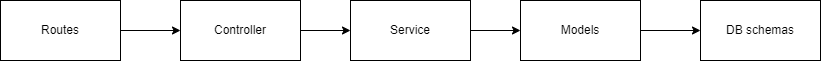
This is docs/components_diagram.png from lightballer/FindYourAnimal, a draw.io export, as it was before one commit. Source tidied: cells renumbered, new cells last; positions are measured from the earlier drawing's top-left corner, leaving out a move shared by most shapes. Source of this version:
```xml
<mxGraphModel>
  <root>
    <mxCell id="0" />
    <mxCell id="1" parent="0" />
    <mxCell id="2" style="edgeStyle=orthogonalEdgeStyle;rounded=0;jettySize=auto;html=1;entryX=0;entryY=0.5;entryDx=0;entryDy=0;" parent="1" edge="1" source="3" target="5">
      <mxGeometry relative="1" as="geometry" />
    </mxCell>
    <mxCell id="3" value="Controller" style="rounded=0;whiteSpace=wrap;html=1;" parent="1" vertex="1">
      <mxGeometry x="180" width="120" height="60" as="geometry" />
    </mxCell>
    <mxCell id="4" style="edgeStyle=orthogonalEdgeStyle;rounded=0;jettySize=auto;html=1;entryX=0;entryY=0.5;entryDx=0;entryDy=0;" parent="1" edge="1" source="5" target="7">
      <mxGeometry relative="1" as="geometry" />
    </mxCell>
    <mxCell id="5" value="Service" style="rounded=0;whiteSpace=wrap;html=1;" parent="1" vertex="1">
      <mxGeometry x="350" width="120" height="60" as="geometry" />
    </mxCell>
    <mxCell id="6" style="edgeStyle=orthogonalEdgeStyle;rounded=0;jettySize=auto;html=1;entryX=0;entryY=0.5;entryDx=0;entryDy=0;" parent="1" edge="1" source="7" target="10">
      <mxGeometry relative="1" as="geometry" />
    </mxCell>
    <mxCell id="7" value="Models" style="rounded=0;whiteSpace=wrap;html=1;" parent="1" vertex="1">
      <mxGeometry x="520" width="120" height="60" as="geometry" />
    </mxCell>
    <mxCell id="8" style="endArrow=classic;html=1;rounded=0;entryX=0;entryY=0.5;entryDx=0;entryDy=0;exitX=1;exitY=0.5;exitDx=0;exitDy=0;" parent="1" edge="1" source="9" target="3">
      <mxGeometry relative="1" as="geometry" />
    </mxCell>
    <mxCell id="9" value="Routes" style="rounded=0;whiteSpace=wrap;html=1;" parent="1" vertex="1">
      <mxGeometry width="120" height="60" as="geometry" />
    </mxCell>
    <mxCell id="10" value="DB schemas" style="whiteSpace=wrap;html=1;" parent="1" vertex="1">
      <mxGeometry x="700" width="120" height="60" as="geometry" />
    </mxCell>
  </root>
</mxGraphModel>
```
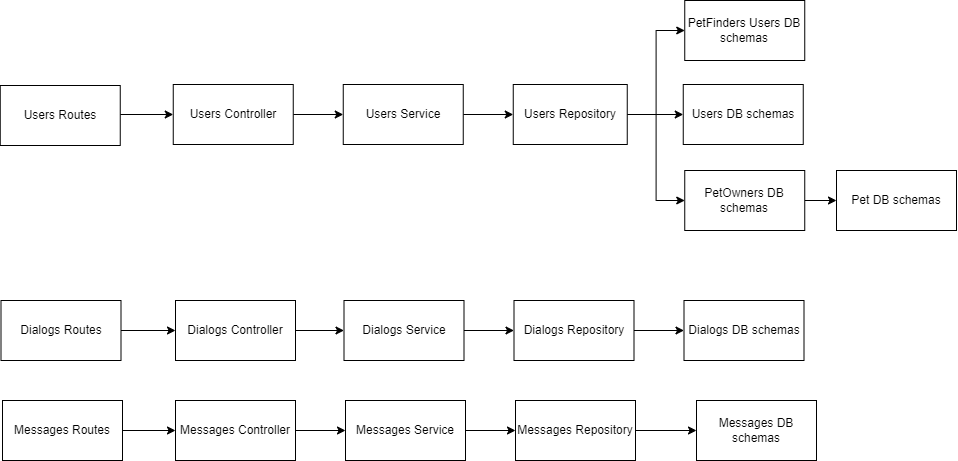
The same file after the commit.

Commit message:
update components diagram

What changed in the source:
```diff
@@ -5,29 +5,103 @@
     <mxCell id="2" style="edgeStyle=orthogonalEdgeStyle;rounded=0;jettySize=auto;html=1;entryX=0;entryY=0.5;entryDx=0;entryDy=0;" parent="1" edge="1" source="3" target="5">
       <mxGeometry relative="1" as="geometry" />
     </mxCell>
-    <mxCell id="3" value="Controller" style="rounded=0;whiteSpace=wrap;html=1;" parent="1" vertex="1">
-      <mxGeometry x="180" width="120" height="60" as="geometry" />
+    <mxCell id="3" value="Users&amp;nbsp;Controller" style="rounded=0;whiteSpace=wrap;html=1;" parent="1" vertex="1">
+      <mxGeometry x="179.9" width="120" height="60" as="geometry" />
     </mxCell>
     <mxCell id="4" style="edgeStyle=orthogonalEdgeStyle;rounded=0;jettySize=auto;html=1;entryX=0;entryY=0.5;entryDx=0;entryDy=0;" parent="1" edge="1" source="5" target="7">
       <mxGeometry relative="1" as="geometry" />
     </mxCell>
-    <mxCell id="5" value="Service" style="rounded=0;whiteSpace=wrap;html=1;" parent="1" vertex="1">
-      <mxGeometry x="350" width="120" height="60" as="geometry" />
+    <mxCell id="5" value="Users&amp;nbsp;Service" style="rounded=0;whiteSpace=wrap;html=1;" parent="1" vertex="1">
+      <mxGeometry x="349.9" width="120" height="60" as="geometry" />
     </mxCell>
     <mxCell id="6" style="edgeStyle=orthogonalEdgeStyle;rounded=0;jettySize=auto;html=1;entryX=0;entryY=0.5;entryDx=0;entryDy=0;" parent="1" edge="1" source="7" target="10">
       <mxGeometry relative="1" as="geometry" />
     </mxCell>
+    <mxCell id="11" style="edgeStyle=orthogonalEdgeStyle;rounded=0;jettySize=auto;html=1;entryX=0;entryY=0.5;entryDx=0;entryDy=0;" parent="1" edge="1" source="7" target="33">
+      <mxGeometry relative="1" as="geometry" />
+    </mxCell>
+    <mxCell id="12" style="edgeStyle=orthogonalEdgeStyle;rounded=0;jettySize=auto;html=1;entryX=0;entryY=0.5;entryDx=0;entryDy=0;" parent="1" edge="1" source="7" target="32">
+      <mxGeometry relative="1" as="geometry" />
+    </mxCell>
-    <mxCell id="7" value="Models" style="rounded=0;whiteSpace=wrap;html=1;" parent="1" vertex="1">
-      <mxGeometry x="520" width="120" height="60" as="geometry" />
+    <mxCell id="7" value="Users&amp;nbsp;Repository" style="rounded=0;whiteSpace=wrap;html=1;" parent="1" vertex="1">
+      <mxGeometry x="520" width="114" height="60" as="geometry" />
     </mxCell>
-    <mxCell id="8" style="endArrow=classic;html=1;rounded=0;entryX=0;entryY=0.5;entryDx=0;entryDy=0;exitX=1;exitY=0.5;exitDx=0;exitDy=0;" parent="1" edge="1" source="9" target="3">
-      <mxGeometry relative="1" as="geometry" />
+    <mxCell id="8" style="endArrow=classic;html=1;rounded=0;entryX=0;entryY=0.5;entryDx=0;entryDy=0;exitX=1;exitY=0.5;exitDx=0;exitDy=0;" parent="1" edge="1" target="3">
+      <mxGeometry relative="1" as="geometry">
+        <mxPoint x="126.9" y="30" as="sourcePoint" />
+      </mxGeometry>
     </mxCell>
-    <mxCell id="9" value="Routes" style="rounded=0;whiteSpace=wrap;html=1;" parent="1" vertex="1">
-      <mxGeometry width="120" height="60" as="geometry" />
+    <mxCell id="9" value="Users Routes" style="rounded=0;whiteSpace=wrap;html=1;" parent="1" vertex="1">
+      <mxGeometry x="6.9" y="1" width="120" height="60" as="geometry" />
     </mxCell>
-    <mxCell id="10" value="DB schemas" style="whiteSpace=wrap;html=1;" parent="1" vertex="1">
-      <mxGeometry x="700" width="120" height="60" as="geometry" />
+    <mxCell id="10" value="Users&amp;nbsp;DB schemas" style="whiteSpace=wrap;html=1;" parent="1" vertex="1">
+      <mxGeometry x="690" width="120" height="60" as="geometry" />
     </mxCell>
+    <mxCell id="13" style="edgeStyle=orthogonalEdgeStyle;rounded=0;jettySize=auto;html=1;entryX=0;entryY=0.5;entryDx=0;entryDy=0;" parent="1" edge="1" source="14" target="16">
+      <mxGeometry relative="1" as="geometry" />
+    </mxCell>
+    <mxCell id="14" value="Dialogs Controller" style="rounded=0;whiteSpace=wrap;html=1;" parent="1" vertex="1">
+      <mxGeometry x="182.2" y="216" width="120" height="60" as="geometry" />
+    </mxCell>
+    <mxCell id="15" style="edgeStyle=orthogonalEdgeStyle;rounded=0;jettySize=auto;html=1;entryX=0;entryY=0.5;entryDx=0;entryDy=0;" parent="1" edge="1" source="16" target="18">
+      <mxGeometry relative="1" as="geometry" />
+    </mxCell>
+    <mxCell id="16" value="Dialogs Service" style="rounded=0;whiteSpace=wrap;html=1;" parent="1" vertex="1">
+      <mxGeometry x="350.7" y="216" width="120" height="60" as="geometry" />
+    </mxCell>
+    <mxCell id="17" style="edgeStyle=orthogonalEdgeStyle;rounded=0;jettySize=auto;html=1;entryX=0;entryY=0.5;entryDx=0;entryDy=0;" parent="1" edge="1" source="18" target="21">
+      <mxGeometry relative="1" as="geometry" />
+    </mxCell>
+    <mxCell id="18" value="Dialogs Repository" style="rounded=0;whiteSpace=wrap;html=1;" parent="1" vertex="1">
+      <mxGeometry x="520.7" y="216" width="120" height="60" as="geometry" />
+    </mxCell>
+    <mxCell id="19" style="endArrow=classic;html=1;rounded=0;entryX=0;entryY=0.5;entryDx=0;entryDy=0;exitX=1;exitY=0.5;exitDx=0;exitDy=0;" parent="1" edge="1" source="20" target="14">
+      <mxGeometry relative="1" as="geometry" />
+    </mxCell>
+    <mxCell id="20" value="Dialogs Routes" style="rounded=0;whiteSpace=wrap;html=1;" parent="1" vertex="1">
+      <mxGeometry x="7.7" y="216" width="120" height="60" as="geometry" />
+    </mxCell>
+    <mxCell id="21" value="Dialogs DB schemas" style="whiteSpace=wrap;html=1;" parent="1" vertex="1">
+      <mxGeometry x="690.7" y="216" width="120" height="60" as="geometry" />
+    </mxCell>
+    <mxCell id="22" style="edgeStyle=orthogonalEdgeStyle;rounded=0;jettySize=auto;html=1;entryX=0;entryY=0.5;entryDx=0;entryDy=0;" parent="1" edge="1" source="23" target="25">
+      <mxGeometry relative="1" as="geometry" />
+    </mxCell>
+    <mxCell id="23" value="Messages&amp;nbsp;Controller" style="rounded=0;whiteSpace=wrap;html=1;" parent="1" vertex="1">
+      <mxGeometry x="182.2" y="316" width="120" height="60" as="geometry" />
+    </mxCell>
+    <mxCell id="24" style="edgeStyle=orthogonalEdgeStyle;rounded=0;jettySize=auto;html=1;entryX=0;entryY=0.5;entryDx=0;entryDy=0;" parent="1" edge="1" source="25" target="27">
+      <mxGeometry relative="1" as="geometry" />
+    </mxCell>
+    <mxCell id="25" value="Messages&amp;nbsp;Service" style="rounded=0;whiteSpace=wrap;html=1;" parent="1" vertex="1">
+      <mxGeometry x="352.2" y="316" width="120" height="60" as="geometry" />
+    </mxCell>
+    <mxCell id="26" style="edgeStyle=orthogonalEdgeStyle;rounded=0;jettySize=auto;html=1;entryX=0;entryY=0.5;entryDx=0;entryDy=0;" parent="1" edge="1" source="27" target="30">
+      <mxGeometry relative="1" as="geometry" />
+    </mxCell>
+    <mxCell id="27" value="Messages&amp;nbsp;Repository" style="rounded=0;whiteSpace=wrap;html=1;" parent="1" vertex="1">
+      <mxGeometry x="522.2" y="316" width="120" height="60" as="geometry" />
+    </mxCell>
+    <mxCell id="28" style="endArrow=classic;html=1;rounded=0;entryX=0;entryY=0.5;entryDx=0;entryDy=0;exitX=1;exitY=0.5;exitDx=0;exitDy=0;" parent="1" edge="1" source="29" target="23">
+      <mxGeometry relative="1" as="geometry" />
+    </mxCell>
+    <mxCell id="29" value="Messages Routes" style="rounded=0;whiteSpace=wrap;html=1;" parent="1" vertex="1">
+      <mxGeometry x="9.2" y="316" width="120" height="60" as="geometry" />
+    </mxCell>
+    <mxCell id="30" value="Messages&amp;nbsp;DB schemas" style="whiteSpace=wrap;html=1;" parent="1" vertex="1">
+      <mxGeometry x="703.2" y="316" width="120" height="60" as="geometry" />
+    </mxCell>
+    <mxCell id="31" style="edgeStyle=orthogonalEdgeStyle;rounded=0;jettySize=auto;html=1;entryX=0;entryY=0.5;entryDx=0;entryDy=0;" parent="1" edge="1" source="32" target="34">
+      <mxGeometry relative="1" as="geometry" />
+    </mxCell>
+    <mxCell id="32" value="PetOwners DB schemas" style="whiteSpace=wrap;html=1;" parent="1" vertex="1">
+      <mxGeometry x="691.5" y="86" width="120" height="60" as="geometry" />
+    </mxCell>
+    <mxCell id="33" value="PetFinders Users&amp;nbsp;DB schemas" style="whiteSpace=wrap;html=1;" parent="1" vertex="1">
+      <mxGeometry x="691.5" y="-84" width="120" height="60" as="geometry" />
+    </mxCell>
+    <mxCell id="34" value="Pet DB schemas" style="whiteSpace=wrap;html=1;" parent="1" vertex="1">
+      <mxGeometry x="843.2" y="86" width="120" height="60" as="geometry" />
+    </mxCell>
   </root>
 </mxGraphModel>
```
